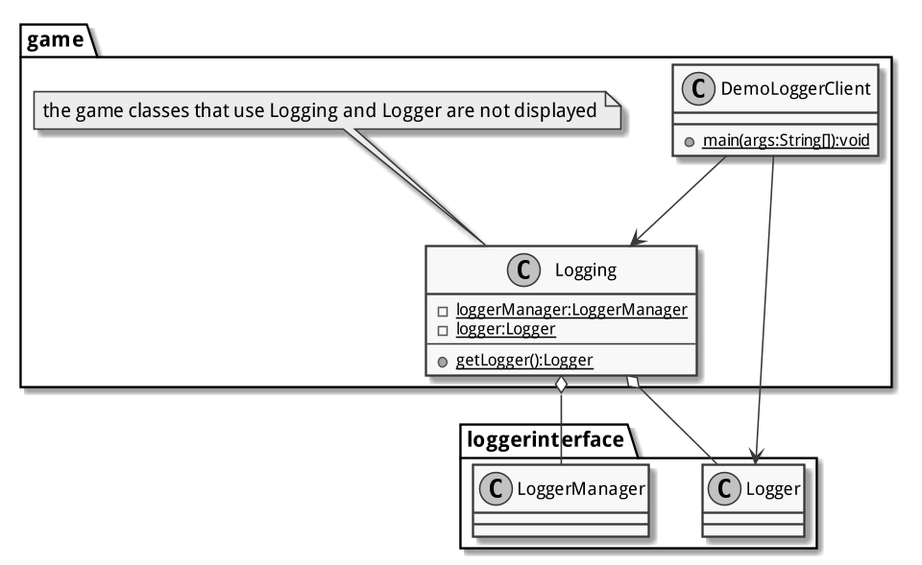
patrickbucher/vsk-team5 keeps this PlantUML diagram as Systemspezifikation/img/game.png. Above is the earlier version.
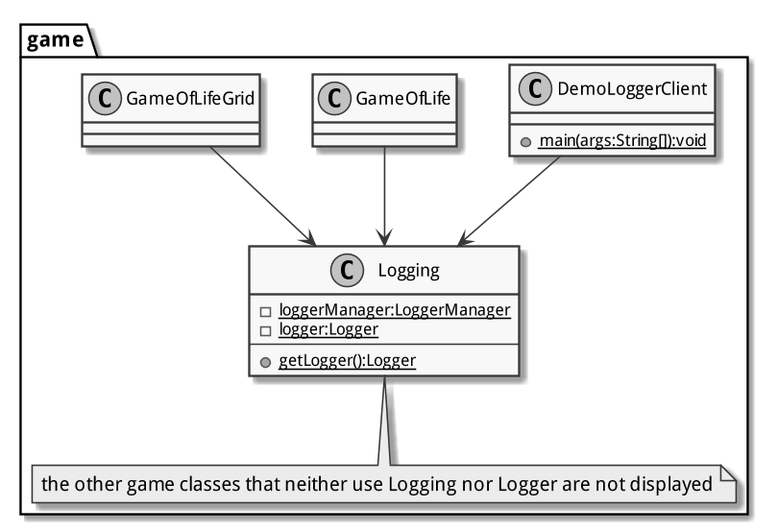
Above is the later version.

Change to the diagram source:
```diff
@@ -14,13 +14,16 @@
         ---
         {static} + getLogger():Logger
     }
-    note top of Logging
-        the game classes that use Logging and Logger are not displayed
+    class GameOfLife {
+    }
+    class GameOfLifeGrid {
+    }
+    note bottom of Logging
+        the other game classes that neither use Logging nor Logger are not displayed
     end note
-    Logging o-- loggerinterface.LoggerManager
-    Logging o-- loggerinterface.Logger
     DemoLoggerClient --> Logging
-    DemoLoggerClient --> loggerinterface.Logger
+    GameOfLife --> Logging
+    GameOfLifeGrid --> Logging
 }
 
 @enduml
```
